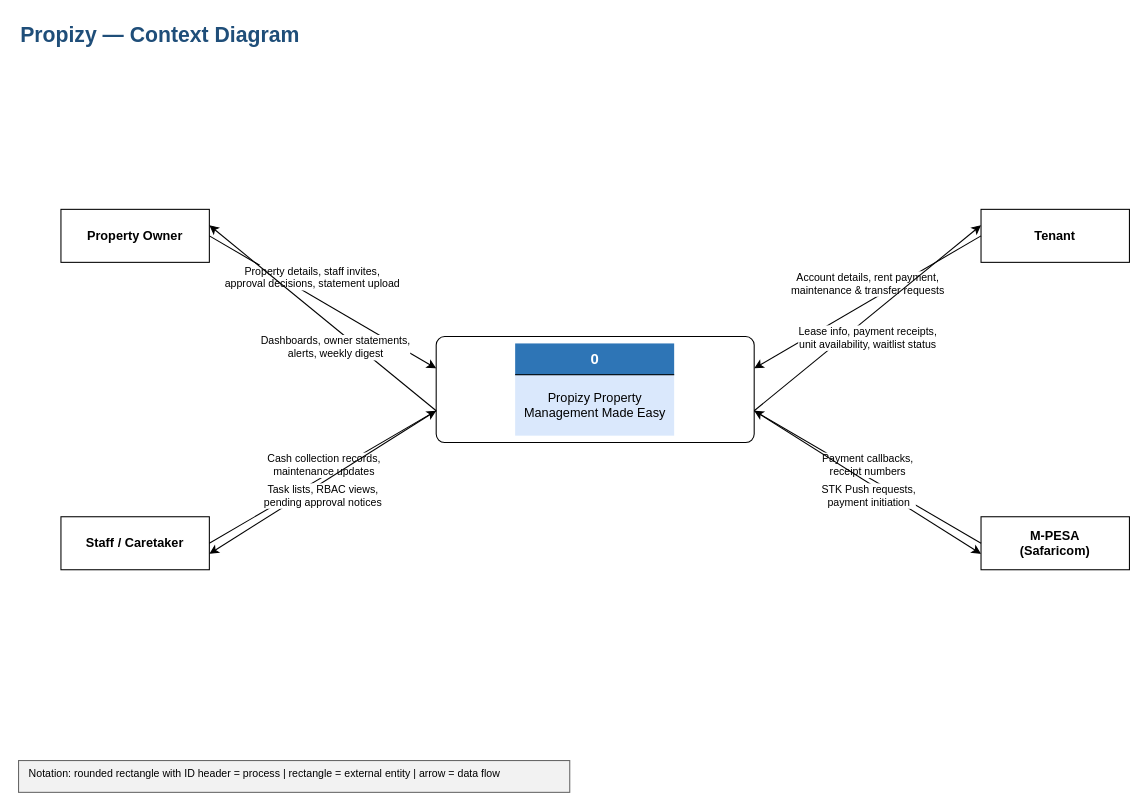
The draw.io diagram docs/diagrams/propizy-4.2-context-diagram.drawio in rufoabrahamguyo/multitenant-management-system-, before the edit. Source tidied: cells renumbered, new cells numbered last; positions are measured from the earlier drawing's top-left corner, leaving out a move shared by most shapes. Both pictures are drawn from the tidied source at 106%, with x=0, y=0 at pixel (18, 18).
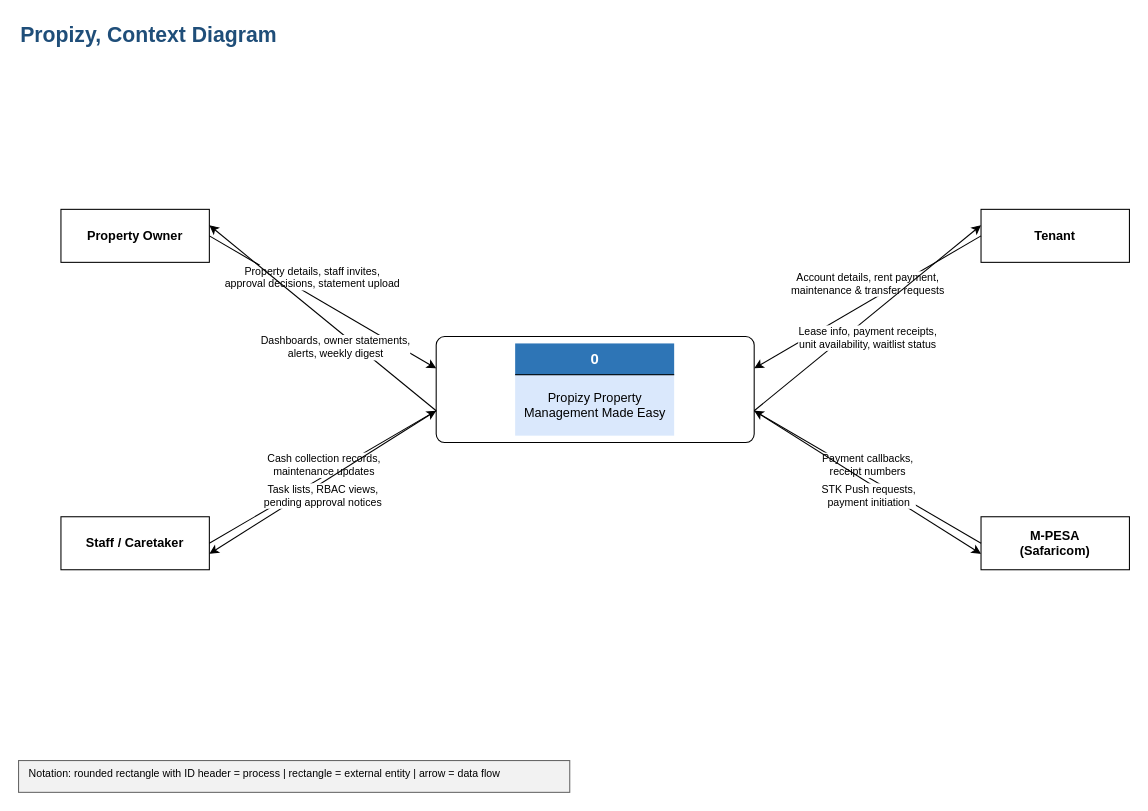
The same page after the edit.

Change to the diagram source:
```diff
@@
-    <mxCell id="2" value="Propizy — Context Diagram" style="text;html=1;strokeColor=none;fillColor=none;align=left;verticalAlign=middle;fontSize=20;fontStyle=1;fontColor=#1F4E79;" parent="1" vertex="1">
+    <mxCell id="2" value="Propizy, Context Diagram" style="text;html=1;strokeColor=none;fillColor=none;align=left;verticalAlign=middle;fontSize=20;fontStyle=1;fontColor=#1F4E79;" parent="1" vertex="1">
       <mxGeometry width="400" height="30" as="geometry" />
     </mxCell>
```
